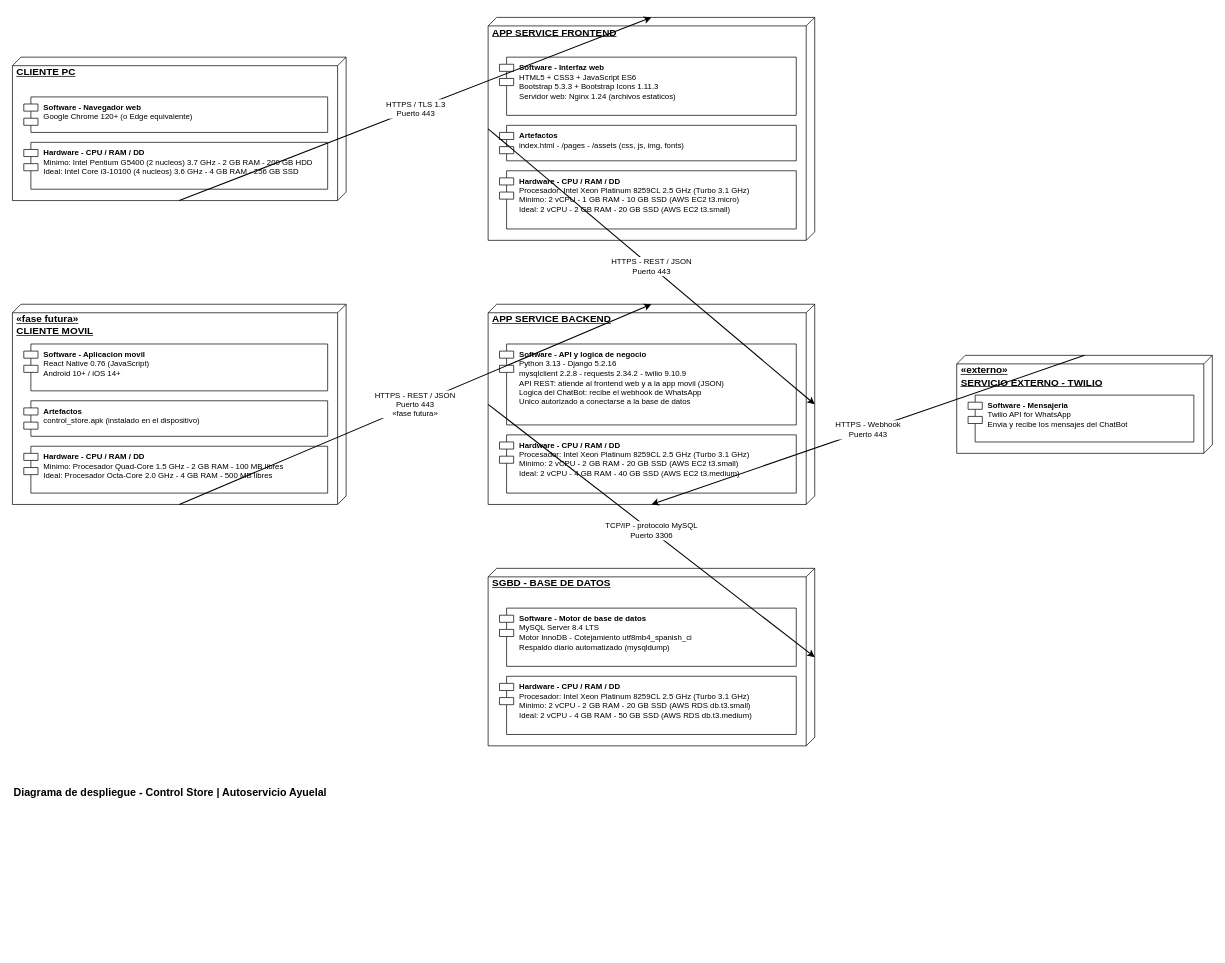
This is _docs_/trim03/04_diagrama_distribucion/diagrama_despliegue_controlstore.drawio from brayangtr13-blip/proyecto_brayan_cs, a draw.io file, before an edit. Source tidied: cells renumbered, new cells numbered last; positions are measured from the earlier drawing's top-left corner, leaving out a move shared by most shapes. Both pictures are drawn from the tidied source at 71%, with x=0, y=0 at pixel (12, 17).
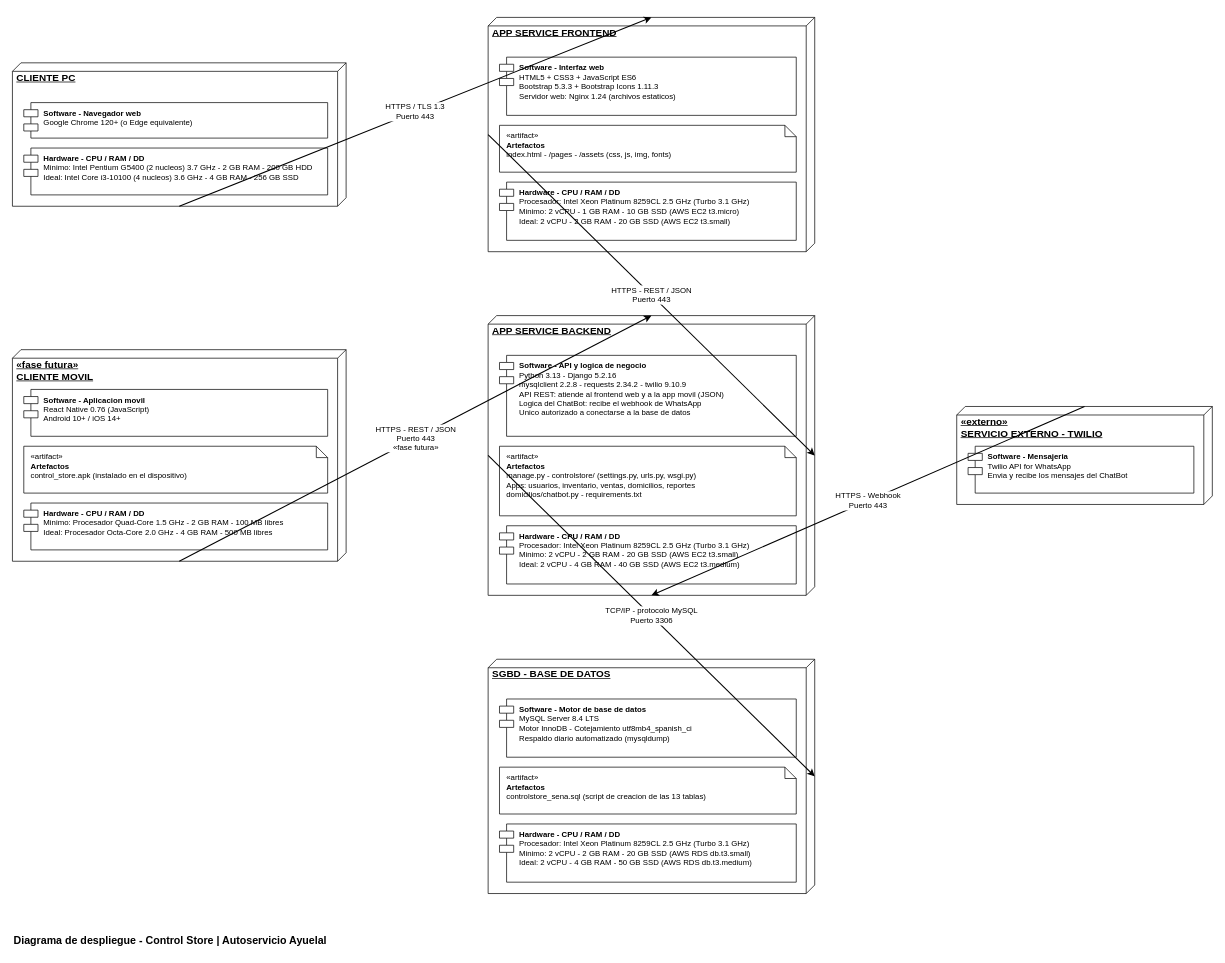
The same diagram, later.

Commit message (it also covers changes not shown here):
otacion UML de artefactos en el diagrama de despliegue

Diff of the diagram source:
```diff
@@
     <mxCell id="2" value="CLIENTE PC" style="verticalAlign=top;align=left;spacingTop=6;spacingLeft=4;spacingRight=12;shape=cube;size=12;direction=south;fontStyle=5;fontSize=14;html=1;whiteSpace=wrap;fillColor=#FFFFFF;strokeColor=#000000;fontColor=#000000;" parent="1" vertex="1">
-      <mxGeometry y="56" width="470" height="202" as="geometry" />
+      <mxGeometry y="64" width="470" height="202" as="geometry" />
     </mxCell>
     <mxCell id="3" value="&lt;b&gt;Software - Navegador web&lt;/b&gt;&lt;br&gt;Google Chrome 120+ (o Edge equivalente)" style="shape=module;align=left;spacingLeft=26;verticalAlign=top;spacingTop=2;whiteSpace=wrap;html=1;fontSize=11;fillColor=#FFFFFF;strokeColor=#000000;fontColor=#000000;" parent="1" vertex="1">
-      <mxGeometry x="16" y="112" width="428" height="50" as="geometry" />
+      <mxGeometry x="16" y="120" width="428" height="50" as="geometry" />
     </mxCell>
     <mxCell id="4" value="&lt;b&gt;Hardware - CPU / RAM / DD&lt;/b&gt;&lt;br&gt;Minimo: Intel Pentium G5400 (2 nucleos) 3.7 GHz - 2 GB RAM - 200 GB HDD&lt;br&gt;Ideal: Intel Core i3-10100 (4 nucleos) 3.6 GHz - 4 GB RAM - 256 GB SSD" style="shape=module;align=left;spacingLeft=26;verticalAlign=top;spacingTop=2;whiteSpace=wrap;html=1;fontSize=11;fillColor=#FFFFFF;strokeColor=#000000;fontColor=#000000;" parent="1" vertex="1">
-      <mxGeometry x="16" y="176" width="428" height="66" as="geometry" />
+      <mxGeometry x="16" y="184" width="428" height="66" as="geometry" />
     </mxCell>
     <mxCell id="5" value="«fase futura»&lt;br&gt;CLIENTE MOVIL" style="verticalAlign=top;align=left;spacingTop=6;spacingLeft=4;spacingRight=12;shape=cube;size=12;direction=south;fontStyle=5;fontSize=14;html=1;whiteSpace=wrap;fillColor=#FFFFFF;strokeColor=#000000;fontColor=#000000;" parent="1" vertex="1">
-      <mxGeometry y="404" width="470" height="282" as="geometry" />
+      <mxGeometry y="468" width="470" height="298" as="geometry" />
     </mxCell>
     <mxCell id="6" value="&lt;b&gt;Software - Aplicacion movil&lt;/b&gt;&lt;br&gt;React Native 0.76 (JavaScript)&lt;br&gt;Android 10+ / iOS 14+" style="shape=module;align=left;spacingLeft=26;verticalAlign=top;spacingTop=2;whiteSpace=wrap;html=1;fontSize=11;fillColor=#FFFFFF;strokeColor=#000000;fontColor=#000000;" parent="1" vertex="1">
-      <mxGeometry x="16" y="460" width="428" height="66" as="geometry" />
+      <mxGeometry x="16" y="524" width="428" height="66" as="geometry" />
     </mxCell>
-    <mxCell id="7" value="&lt;b&gt;Artefactos&lt;/b&gt;&lt;br&gt;control_store.apk (instalado en el dispositivo)" style="shape=module;align=left;spacingLeft=26;verticalAlign=top;spacingTop=2;whiteSpace=wrap;html=1;fontSize=11;fillColor=#FFFFFF;strokeColor=#000000;fontColor=#000000;" parent="1" vertex="1">
-      <mxGeometry x="16" y="540" width="428" height="50" as="geometry" />
+    <mxCell id="7" value="&amp;#171;artifact&amp;#187;&lt;br&gt;&lt;b&gt;Artefactos&lt;/b&gt;&lt;br&gt;control_store.apk (instalado en el dispositivo)" style="shape=note;size=16;align=left;spacingLeft=8;verticalAlign=top;spacingTop=2;whiteSpace=wrap;html=1;fontSize=11;fillColor=#FFFFFF;strokeColor=#000000;fontColor=#000000;" parent="1" vertex="1">
+      <mxGeometry x="16" y="604" width="428" height="66" as="geometry" />
     </mxCell>
     <mxCell id="8" value="&lt;b&gt;Hardware - CPU / RAM / DD&lt;/b&gt;&lt;br&gt;Minimo: Procesador Quad-Core 1.5 GHz - 2 GB RAM - 100 MB libres&lt;br&gt;Ideal: Procesador Octa-Core 2.0 GHz - 4 GB RAM - 500 MB libres" style="shape=module;align=left;spacingLeft=26;verticalAlign=top;spacingTop=2;whiteSpace=wrap;html=1;fontSize=11;fillColor=#FFFFFF;strokeColor=#000000;fontColor=#000000;" parent="1" vertex="1">
-      <mxGeometry x="16" y="604" width="428" height="66" as="geometry" />
+      <mxGeometry x="16" y="684" width="428" height="66" as="geometry" />
     </mxCell>
     <mxCell id="9" value="APP SERVICE FRONTEND" style="verticalAlign=top;align=left;spacingTop=6;spacingLeft=4;spacingRight=12;shape=cube;size=12;direction=south;fontStyle=5;fontSize=14;html=1;whiteSpace=wrap;fillColor=#FFFFFF;strokeColor=#000000;fontColor=#000000;" parent="1" vertex="1">
-      <mxGeometry x="670" width="460" height="314" as="geometry" />
+      <mxGeometry x="670" width="460" height="330" as="geometry" />
     </mxCell>
@@
-    <mxCell id="11" value="&lt;b&gt;Artefactos&lt;/b&gt;&lt;br&gt;index.html - /pages - /assets (css, js, img, fonts)" style="shape=module;align=left;spacingLeft=26;verticalAlign=top;spacingTop=2;whiteSpace=wrap;html=1;fontSize=11;fillColor=#FFFFFF;strokeColor=#000000;fontColor=#000000;" parent="1" vertex="1">
-      <mxGeometry x="686" y="152" width="418" height="50" as="geometry" />
+    <mxCell id="11" value="&amp;#171;artifact&amp;#187;&lt;br&gt;&lt;b&gt;Artefactos&lt;/b&gt;&lt;br&gt;index.html - /pages - /assets (css, js, img, fonts)" style="shape=note;size=16;align=left;spacingLeft=8;verticalAlign=top;spacingTop=2;whiteSpace=wrap;html=1;fontSize=11;fillColor=#FFFFFF;strokeColor=#000000;fontColor=#000000;" parent="1" vertex="1">
+      <mxGeometry x="686" y="152" width="418" height="66" as="geometry" />
     </mxCell>
     <mxCell id="12" value="&lt;b&gt;Hardware - CPU / RAM / DD&lt;/b&gt;&lt;br&gt;Procesador: Intel Xeon Platinum 8259CL 2.5 GHz (Turbo 3.1 GHz)&lt;br&gt;Minimo: 2 vCPU - 1 GB RAM - 10 GB SSD (AWS EC2 t3.micro)&lt;br&gt;Ideal: 2 vCPU - 2 GB RAM - 20 GB SSD (AWS EC2 t3.small)" style="shape=module;align=left;spacingLeft=26;verticalAlign=top;spacingTop=2;whiteSpace=wrap;html=1;fontSize=11;fillColor=#FFFFFF;strokeColor=#000000;fontColor=#000000;" parent="1" vertex="1">
-      <mxGeometry x="686" y="216" width="418" height="82" as="geometry" />
+      <mxGeometry x="686" y="232" width="418" height="82" as="geometry" />
     </mxCell>
     <mxCell id="13" value="APP SERVICE BACKEND" style="verticalAlign=top;align=left;spacingTop=6;spacingLeft=4;spacingRight=12;shape=cube;size=12;direction=south;fontStyle=5;fontSize=14;html=1;whiteSpace=wrap;fillColor=#FFFFFF;strokeColor=#000000;fontColor=#000000;" parent="1" vertex="1">
-      <mxGeometry x="670" y="404" width="460" height="282" as="geometry" />
+      <mxGeometry x="670" y="420" width="460" height="394" as="geometry" />
     </mxCell>
     <mxCell id="14" value="&lt;b&gt;Software - API y logica de negocio&lt;/b&gt;&lt;br&gt;Python 3.13 - Django 5.2.16&lt;br&gt;mysqlclient 2.2.8 - requests 2.34.2 - twilio 9.10.9&lt;br&gt;API REST: atiende al frontend web y a la app movil (JSON)&lt;br&gt;Logica del ChatBot: recibe el webhook de WhatsApp&lt;br&gt;Unico autorizado a conectarse a la base de datos" style="shape=module;align=left;spacingLeft=26;verticalAlign=top;spacingTop=2;whiteSpace=wrap;html=1;fontSize=11;fillColor=#FFFFFF;strokeColor=#000000;fontColor=#000000;" parent="1" vertex="1">
-      <mxGeometry x="686" y="460" width="418" height="114" as="geometry" />
+      <mxGeometry x="686" y="476" width="418" height="114" as="geometry" />
     </mxCell>
-    <mxCell id="15" value="&lt;b&gt;Hardware - CPU / RAM / DD&lt;/b&gt;&lt;br&gt;Procesador: Intel Xeon Platinum 8259CL 2.5 GHz (Turbo 3.1 GHz)&lt;br&gt;Minimo: 2 vCPU - 2 GB RAM - 20 GB SSD (AWS EC2 t3.small)&lt;br&gt;Ideal: 2 vCPU - 4 GB RAM - 40 GB SSD (AWS EC2 t3.medium)" style="shape=module;align=left;spacingLeft=26;verticalAlign=top;spacingTop=2;whiteSpace=wrap;html=1;fontSize=11;fillColor=#FFFFFF;strokeColor=#000000;fontColor=#000000;" parent="1" vertex="1">
-      <mxGeometry x="686" y="588" width="418" height="82" as="geometry" />
+    <mxCell id="15" value="&amp;#171;artifact&amp;#187;&lt;br&gt;&lt;b&gt;Artefactos&lt;/b&gt;&lt;br&gt;manage.py - controlstore/ (settings.py, urls.py, wsgi.py)&lt;br&gt;Apps: usuarios, inventario, ventas, domicilios, reportes&lt;br&gt;domicilios/chatbot.py - requirements.txt" style="shape=note;size=16;align=left;spacingLeft=8;verticalAlign=top;spacingTop=2;whiteSpace=wrap;html=1;fontSize=11;fillColor=#FFFFFF;strokeColor=#000000;fontColor=#000000;" parent="1" vertex="1">
+      <mxGeometry x="686" y="604" width="418" height="98" as="geometry" />
     </mxCell>
-    <mxCell id="16" value="SGBD - BASE DE DATOS" style="verticalAlign=top;align=left;spacingTop=6;spacingLeft=4;spacingRight=12;shape=cube;size=12;direction=south;fontStyle=5;fontSize=14;html=1;whiteSpace=wrap;fillColor=#FFFFFF;strokeColor=#000000;fontColor=#000000;" parent="1" vertex="1">
-      <mxGeometry x="670" y="776" width="460" height="250" as="geometry" />
+    <mxCell id="16" value="&lt;b&gt;Hardware - CPU / RAM / DD&lt;/b&gt;&lt;br&gt;Procesador: Intel Xeon Platinum 8259CL 2.5 GHz (Turbo 3.1 GHz)&lt;br&gt;Minimo: 2 vCPU - 2 GB RAM - 20 GB SSD (AWS EC2 t3.small)&lt;br&gt;Ideal: 2 vCPU - 4 GB RAM - 40 GB SSD (AWS EC2 t3.medium)" style="shape=module;align=left;spacingLeft=26;verticalAlign=top;spacingTop=2;whiteSpace=wrap;html=1;fontSize=11;fillColor=#FFFFFF;strokeColor=#000000;fontColor=#000000;" parent="1" vertex="1">
+      <mxGeometry x="686" y="716" width="418" height="82" as="geometry" />
     </mxCell>
-    <mxCell id="17" value="&lt;b&gt;Software - Motor de base de datos&lt;/b&gt;&lt;br&gt;MySQL Server 8.4 LTS&lt;br&gt;Motor InnoDB - Cotejamiento utf8mb4_spanish_ci&lt;br&gt;Respaldo diario automatizado (mysqldump)" style="shape=module;align=left;spacingLeft=26;verticalAlign=top;spacingTop=2;whiteSpace=wrap;html=1;fontSize=11;fillColor=#FFFFFF;strokeColor=#000000;fontColor=#000000;" parent="1" vertex="1">
-      <mxGeometry x="686" y="832" width="418" height="82" as="geometry" />
+    <mxCell id="17" value="SGBD - BASE DE DATOS" style="verticalAlign=top;align=left;spacingTop=6;spacingLeft=4;spacingRight=12;shape=cube;size=12;direction=south;fontStyle=5;fontSize=14;html=1;whiteSpace=wrap;fillColor=#FFFFFF;strokeColor=#000000;fontColor=#000000;" parent="1" vertex="1">
+      <mxGeometry x="670" y="904" width="460" height="330" as="geometry" />
     </mxCell>
-    <mxCell id="18" value="&lt;b&gt;Hardware - CPU / RAM / DD&lt;/b&gt;&lt;br&gt;Procesador: Intel Xeon Platinum 8259CL 2.5 GHz (Turbo 3.1 GHz)&lt;br&gt;Minimo: 2 vCPU - 2 GB RAM - 20 GB SSD (AWS RDS db.t3.small)&lt;br&gt;Ideal: 2 vCPU - 4 GB RAM - 50 GB SSD (AWS RDS db.t3.medium)" style="shape=module;align=left;spacingLeft=26;verticalAlign=top;spacingTop=2;whiteSpace=wrap;html=1;fontSize=11;fillColor=#FFFFFF;strokeColor=#000000;fontColor=#000000;" parent="1" vertex="1">
-      <mxGeometry x="686" y="928" width="418" height="82" as="geometry" />
+    <mxCell id="18" value="&lt;b&gt;Software - Motor de base de datos&lt;/b&gt;&lt;br&gt;MySQL Server 8.4 LTS&lt;br&gt;Motor InnoDB - Cotejamiento utf8mb4_spanish_ci&lt;br&gt;Respaldo diario automatizado (mysqldump)" style="shape=module;align=left;spacingLeft=26;verticalAlign=top;spacingTop=2;whiteSpace=wrap;html=1;fontSize=11;fillColor=#FFFFFF;strokeColor=#000000;fontColor=#000000;" parent="1" vertex="1">
+      <mxGeometry x="686" y="960" width="418" height="82" as="geometry" />
     </mxCell>
-    <mxCell id="19" value="«externo»&lt;br&gt;SERVICIO EXTERNO - TWILIO" style="verticalAlign=top;align=left;spacingTop=6;spacingLeft=4;spacingRight=12;shape=cube;size=12;direction=south;fontStyle=5;fontSize=14;html=1;whiteSpace=wrap;fillColor=#FFFFFF;strokeColor=#000000;fontColor=#000000;" parent="1" vertex="1">
-      <mxGeometry x="1330" y="476" width="360" height="138" as="geometry" />
+    <mxCell id="19" value="&amp;#171;artifact&amp;#187;&lt;br&gt;&lt;b&gt;Artefactos&lt;/b&gt;&lt;br&gt;controlstore_sena.sql (script de creacion de las 13 tablas)" style="shape=note;size=16;align=left;spacingLeft=8;verticalAlign=top;spacingTop=2;whiteSpace=wrap;html=1;fontSize=11;fillColor=#FFFFFF;strokeColor=#000000;fontColor=#000000;" parent="1" vertex="1">
+      <mxGeometry x="686" y="1056" width="418" height="66" as="geometry" />
     </mxCell>
-    <mxCell id="20" value="&lt;b&gt;Software - Mensajeria&lt;/b&gt;&lt;br&gt;Twilio API for WhatsApp&lt;br&gt;Envia y recibe los mensajes del ChatBot" style="shape=module;align=left;spacingLeft=26;verticalAlign=top;spacingTop=2;whiteSpace=wrap;html=1;fontSize=11;fillColor=#FFFFFF;strokeColor=#000000;fontColor=#000000;" parent="1" vertex="1">
-      <mxGeometry x="1346" y="532" width="318" height="66" as="geometry" />
+    <mxCell id="20" value="&lt;b&gt;Hardware - CPU / RAM / DD&lt;/b&gt;&lt;br&gt;Procesador: Intel Xeon Platinum 8259CL 2.5 GHz (Turbo 3.1 GHz)&lt;br&gt;Minimo: 2 vCPU - 2 GB RAM - 20 GB SSD (AWS RDS db.t3.small)&lt;br&gt;Ideal: 2 vCPU - 4 GB RAM - 50 GB SSD (AWS RDS db.t3.medium)" style="shape=module;align=left;spacingLeft=26;verticalAlign=top;spacingTop=2;whiteSpace=wrap;html=1;fontSize=11;fillColor=#FFFFFF;strokeColor=#000000;fontColor=#000000;" parent="1" vertex="1">
+      <mxGeometry x="686" y="1136" width="418" height="82" as="geometry" />
     </mxCell>
-    <mxCell id="21" value="HTTPS / TLS 1.3&lt;br&gt;Puerto 443" style="endArrow=classic;html=1;rounded=0;strokeColor=#000000;strokeWidth=1.5;fontSize=11;fontColor=#000000;labelBackgroundColor=#FFFFFF;verticalAlign=middle;align=center;exitX=1;exitY=0.5;exitDx=0;exitDy=0;entryX=0;entryY=0.5;entryDx=0;entryDy=0;" parent="1" edge="1" source="2" target="9">
-      <mxGeometry relative="1" as="geometry" />
+    <mxCell id="21" value="«externo»&lt;br&gt;SERVICIO EXTERNO - TWILIO" style="verticalAlign=top;align=left;spacingTop=6;spacingLeft=4;spacingRight=12;shape=cube;size=12;direction=south;fontStyle=5;fontSize=14;html=1;whiteSpace=wrap;fillColor=#FFFFFF;strokeColor=#000000;fontColor=#000000;" parent="1" vertex="1">
+      <mxGeometry x="1330" y="548" width="360" height="138" as="geometry" />
     </mxCell>
-    <mxCell id="22" value="HTTPS - REST / JSON&lt;br&gt;Puerto 443" style="endArrow=classic;html=1;rounded=0;strokeColor=#000000;strokeWidth=1.5;fontSize=11;fontColor=#000000;labelBackgroundColor=#FFFFFF;verticalAlign=middle;align=center;exitX=0.5;exitY=1;exitDx=0;exitDy=0;entryX=0.5;entryY=0;entryDx=0;entryDy=0;" parent="1" edge="1" source="9" target="13">
-      <mxGeometry relative="1" as="geometry" />
+    <mxCell id="22" value="&lt;b&gt;Software - Mensajeria&lt;/b&gt;&lt;br&gt;Twilio API for WhatsApp&lt;br&gt;Envia y recibe los mensajes del ChatBot" style="shape=module;align=left;spacingLeft=26;verticalAlign=top;spacingTop=2;whiteSpace=wrap;html=1;fontSize=11;fillColor=#FFFFFF;strokeColor=#000000;fontColor=#000000;" parent="1" vertex="1">
+      <mxGeometry x="1346" y="604" width="318" height="66" as="geometry" />
     </mxCell>
-    <mxCell id="23" value="HTTPS - REST / JSON&lt;br&gt;Puerto 443&lt;br&gt;«fase futura»" style="endArrow=classic;html=1;rounded=0;strokeColor=#000000;strokeWidth=1.5;fontSize=11;fontColor=#000000;labelBackgroundColor=#FFFFFF;verticalAlign=middle;align=center;exitX=1;exitY=0.5;exitDx=0;exitDy=0;entryX=0;entryY=0.5;entryDx=0;entryDy=0;" parent="1" edge="1" source="5" target="13">
+    <mxCell id="23" value="HTTPS / TLS 1.3&lt;br&gt;Puerto 443" style="endArrow=classic;html=1;rounded=0;strokeColor=#000000;strokeWidth=1.5;fontSize=11;fontColor=#000000;labelBackgroundColor=#FFFFFF;verticalAlign=middle;align=center;exitX=1;exitY=0.5;exitDx=0;exitDy=0;entryX=0;entryY=0.5;entryDx=0;entryDy=0;" parent="1" edge="1" source="2" target="9">
       <mxGeometry relative="1" as="geometry" />
     </mxCell>
-    <mxCell id="24" value="TCP/IP - protocolo MySQL&lt;br&gt;Puerto 3306" style="endArrow=classic;html=1;rounded=0;strokeColor=#000000;strokeWidth=1.5;fontSize=11;fontColor=#000000;labelBackgroundColor=#FFFFFF;verticalAlign=middle;align=center;exitX=0.5;exitY=1;exitDx=0;exitDy=0;entryX=0.5;entryY=0;entryDx=0;entryDy=0;" parent="1" edge="1" source="13" target="16">
+    <mxCell id="24" value="HTTPS - REST / JSON&lt;br&gt;Puerto 443" style="endArrow=classic;html=1;rounded=0;strokeColor=#000000;strokeWidth=1.5;fontSize=11;fontColor=#000000;labelBackgroundColor=#FFFFFF;verticalAlign=middle;align=center;exitX=0.5;exitY=1;exitDx=0;exitDy=0;entryX=0.5;entryY=0;entryDx=0;entryDy=0;" parent="1" edge="1" source="9" target="13">
       <mxGeometry relative="1" as="geometry" />
     </mxCell>
-    <mxCell id="25" value="HTTPS - Webhook&lt;br&gt;Puerto 443" style="endArrow=classic;html=1;rounded=0;strokeColor=#000000;strokeWidth=1.5;fontSize=11;fontColor=#000000;labelBackgroundColor=#FFFFFF;verticalAlign=middle;align=center;exitX=0;exitY=0.5;exitDx=0;exitDy=0;entryX=1;entryY=0.5;entryDx=0;entryDy=0;" parent="1" edge="1" source="19" target="13">
+    <mxCell id="25" value="HTTPS - REST / JSON&lt;br&gt;Puerto 443&lt;br&gt;«fase futura»" style="endArrow=classic;html=1;rounded=0;strokeColor=#000000;strokeWidth=1.5;fontSize=11;fontColor=#000000;labelBackgroundColor=#FFFFFF;verticalAlign=middle;align=center;exitX=1;exitY=0.5;exitDx=0;exitDy=0;entryX=0;entryY=0.5;entryDx=0;entryDy=0;" parent="1" edge="1" source="5" target="13">
       <mxGeometry relative="1" as="geometry" />
     </mxCell>
+    <mxCell id="27" value="TCP/IP - protocolo MySQL&lt;br&gt;Puerto 3306" style="endArrow=classic;html=1;rounded=0;strokeColor=#000000;strokeWidth=1.5;fontSize=11;fontColor=#000000;labelBackgroundColor=#FFFFFF;verticalAlign=middle;align=center;exitX=0.5;exitY=1;exitDx=0;exitDy=0;entryX=0.5;entryY=0;entryDx=0;entryDy=0;" parent="1" edge="1" source="13" target="17">
+      <mxGeometry relative="1" as="geometry" />
+    </mxCell>
+    <mxCell id="28" value="HTTPS - Webhook&lt;br&gt;Puerto 443" style="endArrow=classic;html=1;rounded=0;strokeColor=#000000;strokeWidth=1.5;fontSize=11;fontColor=#000000;labelBackgroundColor=#FFFFFF;verticalAlign=middle;align=center;exitX=0;exitY=0.5;exitDx=0;exitDy=0;entryX=1;entryY=0.5;entryDx=0;entryDy=0;" parent="1" edge="1" source="21" target="13">
+      <mxGeometry relative="1" as="geometry" />
+    </mxCell>
     <mxCell id="26" value="&lt;b&gt;Diagrama de despliegue - Control Store | Autoservicio Ayuelal&lt;/b&gt;" style="text;html=1;align=left;verticalAlign=middle;fontSize=15;fontColor=#000000;" parent="1" vertex="1">
-      <mxGeometry y="1076" width="1690" height="30" as="geometry" />
+      <mxGeometry y="1284" width="1690" height="30" as="geometry" />
     </mxCell>
```
